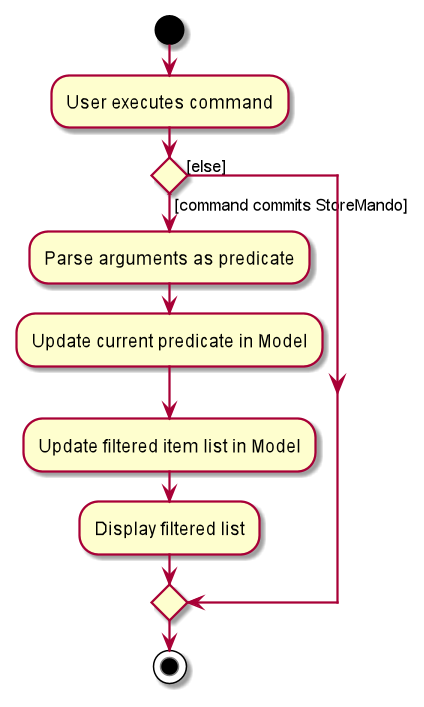
This is docs/images/ListActivityDiagram.png from nus-cs2103-AY2021S2/tp, a PlantUML export, as it was before one commit. Its diagram source:
```plantuml
@startuml
start
:User executes command;


if () then ([command commits StoreMando])
    :Parse arguments as predicate;
    :Update current predicate in Model;
    :Update filtered item list in Model;
    :Display filtered list;
else ([else])
endif
stop
@enduml
```
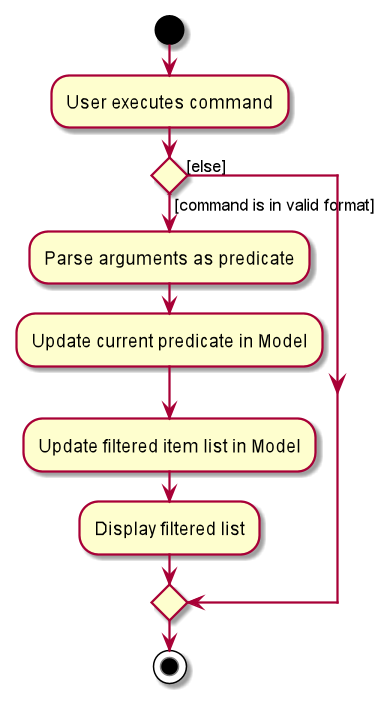
The same diagram one commit later.

Commit message:
Make changes to conditional statement in activity diagrams, sequence diagram and implementation step

The edit, as a diff of the source:
```diff
@@ -3,7 +3,7 @@
 :User executes command;
 
 
-if () then ([command commits StoreMando])
+if () then ([command is in valid format])
     :Parse arguments as predicate;
     :Update current predicate in Model;
     :Update filtered item list in Model;
```
